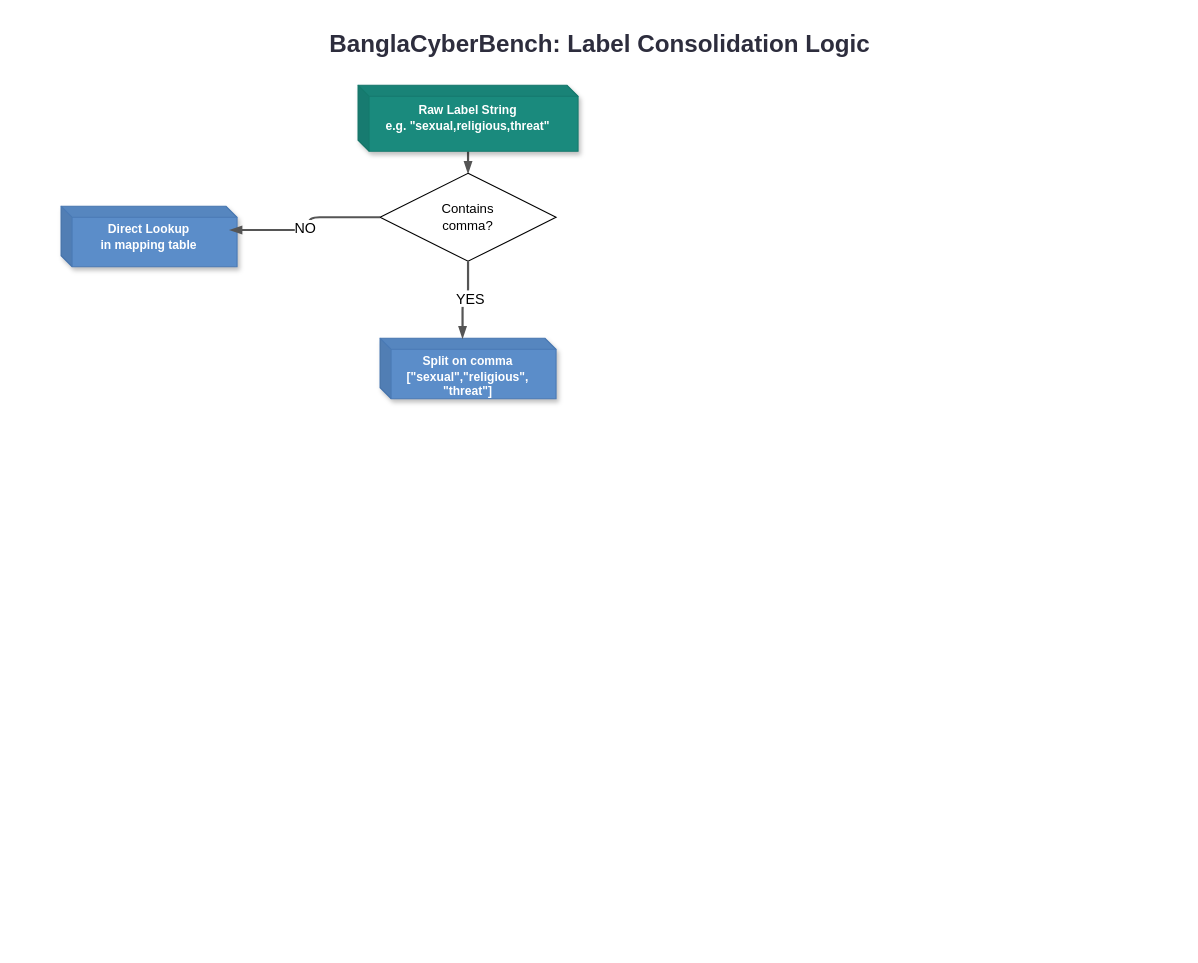
This is CyberD4.drawio from Sefayet-Alam/Research-Related, a draw.io file, before an edit. Source tidied: cells renumbered, new cells numbered last; positions are measured from the earlier drawing's top-left corner, leaving out a move shared by most shapes. Both pictures are drawn from the tidied source at 110%, with x=0, y=0 at pixel (61, 19).
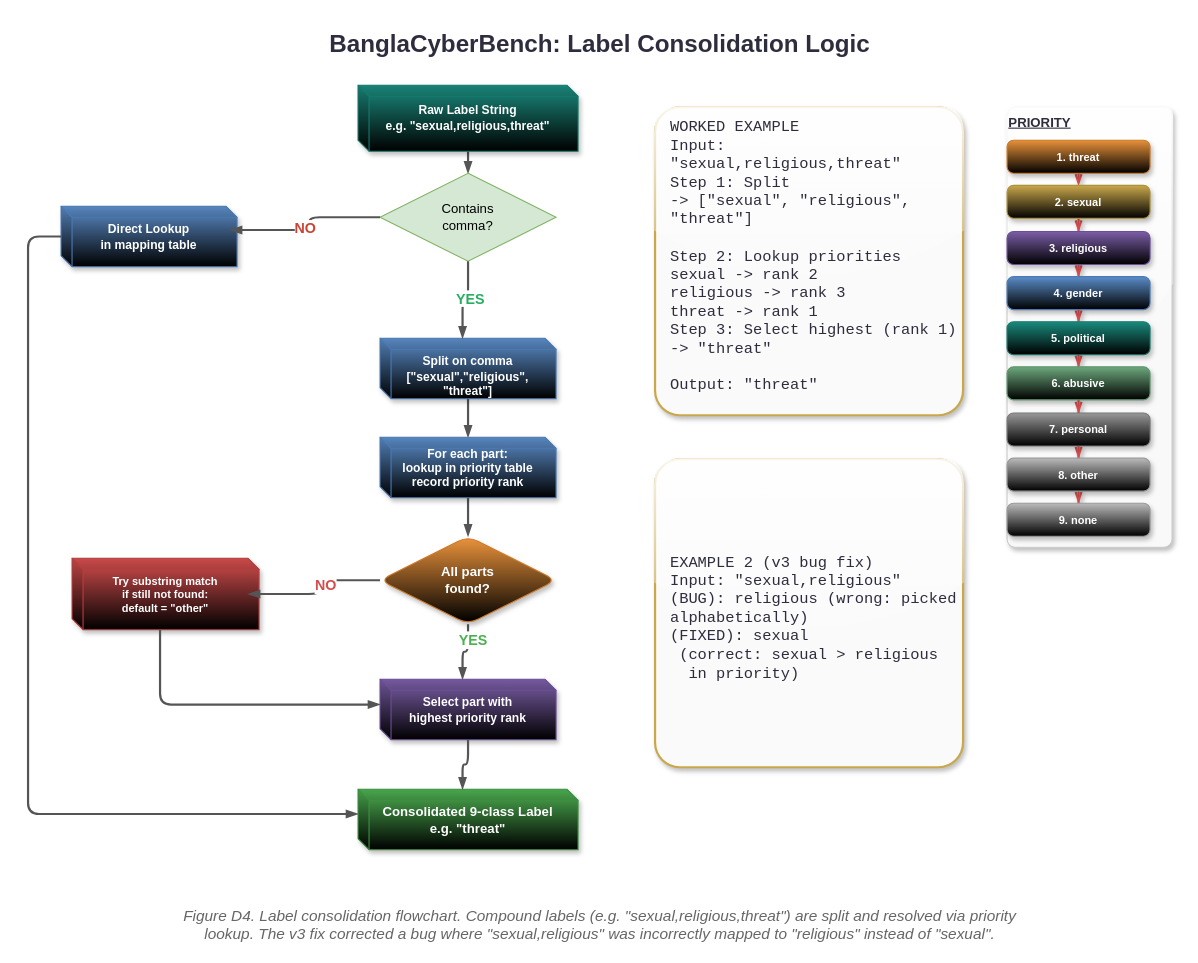
The same diagram, later.

Unchanged cells that the change refers to:
```xml
<mxCell id="7" style="edgeStyle=orthogonalEdgeStyle;rounded=1;jettySize=auto;html=1;entryX=0.96;entryY=0.393;entryDx=0;entryDy=0;entryPerimeter=0;strokeColor=#555555;strokeWidth=2;align=center;verticalAlign=middle;fontFamily=Helvetica;fontSize=11;fontColor=default;labelBackgroundColor=default;endArrow=blockThin;endFill=1;" parent="1" edge="1" source="5" target="6">
  <mxGeometry relative="1" as="geometry" />
</mxCell>
<mxCell id="10" style="edgeStyle=orthogonalEdgeStyle;rounded=1;jettySize=auto;html=1;entryX=0;entryY=0;entryDx=75;entryDy=0;entryPerimeter=0;strokeColor=#555555;strokeWidth=2;align=center;verticalAlign=middle;fontFamily=Helvetica;fontSize=11;fontColor=default;labelBackgroundColor=default;endArrow=blockThin;endFill=1;" parent="1" edge="1" source="5" target="9">
  <mxGeometry relative="1" as="geometry" />
</mxCell>
```

The edit, as a diff of the source:
```diff
@@
-<mxGraphModel>
+<mxGraphModel background="#ffffff">
@@
+    <mxCell id="12" style="rounded=1;whiteSpace=wrap;arcSize=5;fillColor=#F9F9F9;strokeColor=#CCCCCC;strokeWidth=1;glass=1;shadow=1;" parent="1" vertex="1">
+      <mxGeometry x="860" y="80" width="150" height="400" as="geometry" />
+    </mxCell>
+    <mxCell id="13" style="edgeStyle=orthogonalEdgeStyle;rounded=1;jettySize=auto;html=1;entryX=0;entryY=0;entryDx=75;entryDy=0;entryPerimeter=0;strokeColor=#555555;strokeWidth=2;align=center;verticalAlign=middle;fontFamily=Helvetica;fontSize=11;fontColor=default;labelBackgroundColor=default;endArrow=blockThin;endFill=1;" parent="1" edge="1" source="18" target="19">
+      <mxGeometry relative="1" as="geometry" />
+    </mxCell>
+    <mxCell id="14" value="YES" style="text;whiteSpace=wrap;fontSize=13;fontFamily=Arial;fontColor=#4CAF50;fontStyle=1;align=left;labelBackgroundColor=default;" parent="13" vertex="1">
+      <mxGeometry x="-0.21" relative="1" as="geometry">
+        <mxPoint x="-10" y="-22" as="offset" />
+      </mxGeometry>
+    </mxCell>
@@
-    <mxCell id="4" value="Raw Label String&#10;e.g. &quot;sexual,religious,threat&quot;" style="shape=cube;whiteSpace=wrap;size=10;darkOpacity=0.05;darkOpacity2=0.1;fillColor=#1A8A7D;strokeColor=#147A6D;fontColor=#FFFFFF;fontSize=11;fontStyle=1;fontFamily=Arial;shadow=1;" parent="1" vertex="1">
+    <mxCell id="4" value="Raw Label String&#10;e.g. &quot;sexual,religious,threat&quot;" style="shape=cube;whiteSpace=wrap;size=10;darkOpacity=0.05;darkOpacity2=0.1;fillColor=#1A8A7D;strokeColor=#147A6D;fontColor=#FFFFFF;fontSize=11;fontStyle=1;fontFamily=Arial;shadow=1;gradientColor=default;" parent="1" vertex="1">
       <mxGeometry x="270" y="60" width="200" height="60" as="geometry" />
     </mxCell>
-    <mxCell id="5" value="Contains &lt;br&gt;comma?" style="rhombus;whiteSpace=wrap;html=1;" parent="1" vertex="1">
+    <mxCell id="5" value="Contains &lt;br&gt;comma?" style="rhombus;whiteSpace=wrap;html=1;fillColor=#d5e8d4;strokeColor=#82b366;gradientColor=none;" parent="1" vertex="1">
       <mxGeometry x="290" y="140" width="160" height="80" as="geometry" />
     </mxCell>
-    <mxCell id="6" value="Direct Lookup&#10;in mapping table" style="shape=cube;whiteSpace=wrap;size=10;darkOpacity=0.05;darkOpacity2=0.1;fillColor=#5B8DC9;strokeColor=#4A7AB5;fontColor=#FFFFFF;fontSize=11;fontStyle=1;fontFamily=Arial;shadow=1;" parent="1" vertex="1">
+    <mxCell id="6" value="Direct Lookup&#10;in mapping table" style="shape=cube;whiteSpace=wrap;size=10;darkOpacity=0.05;darkOpacity2=0.1;fillColor=#5B8DC9;strokeColor=#4A7AB5;fontColor=#FFFFFF;fontSize=11;fontStyle=1;fontFamily=Arial;shadow=1;gradientColor=default;" parent="1" vertex="1">
       <mxGeometry y="170" width="160" height="55" as="geometry" />
     </mxCell>
@@
-    <mxCell id="8" value="&lt;font style=&quot;font-size: 13px;&quot;&gt;NO&lt;/font&gt;" style="edgeLabel;html=1;align=center;verticalAlign=middle;" parent="7" vertex="1">
+    <mxCell id="8" value="&lt;font style=&quot;font-size: 13px;&quot;&gt;&lt;b&gt;NO&lt;/b&gt;&lt;/font&gt;" style="edgeLabel;html=1;align=center;verticalAlign=middle;labelBorderColor=none;labelBackgroundColor=default;fontColor=#CB4335;" parent="7" vertex="1">
       <mxGeometry x="0.08" y="-2" relative="1" as="geometry" />
     </mxCell>
+    <mxCell id="15" style="edgeStyle=orthogonalEdgeStyle;rounded=1;jettySize=auto;html=1;strokeColor=#555555;strokeWidth=2;align=center;verticalAlign=middle;fontFamily=Helvetica;fontSize=11;fontColor=default;labelBackgroundColor=default;endArrow=blockThin;endFill=1;" parent="1" edge="1" source="9" target="17">
+      <mxGeometry relative="1" as="geometry" />
+    </mxCell>
-    <mxCell id="9" value="&#10;Split on comma&#10;[&quot;sexual&quot;,&quot;religious&quot;,&#10;&quot;threat&quot;]" style="shape=cube;whiteSpace=wrap;size=10;darkOpacity=0.05;darkOpacity2=0.1;fillColor=#5B8DC9;strokeColor=#4A7AB5;fontColor=#FFFFFF;fontSize=11;fontStyle=1;fontFamily=Arial;shadow=1;" parent="1" vertex="1">
+    <mxCell id="9" value="&#10;Split on comma&#10;[&quot;sexual&quot;,&quot;religious&quot;,&#10;&quot;threat&quot;]" style="shape=cube;whiteSpace=wrap;size=10;darkOpacity=0.05;darkOpacity2=0.1;fillColor=#5B8DC9;strokeColor=#4A7AB5;fontColor=#FFFFFF;fontSize=11;fontStyle=1;fontFamily=Arial;shadow=1;gradientColor=default;" parent="1" vertex="1">
       <mxGeometry x="290" y="290" width="160" height="55" as="geometry" />
     </mxCell>
@@
-    <mxCell id="11" value="&lt;font style=&quot;font-size: 13px;&quot;&gt;YES&lt;/font&gt;" style="edgeLabel;html=1;align=center;verticalAlign=middle;" parent="10" vertex="1">
+    <mxCell id="11" value="&lt;font style=&quot;font-size: 13px;&quot;&gt;&lt;b&gt;YES&lt;/b&gt;&lt;/font&gt;" style="edgeLabel;html=1;align=center;verticalAlign=middle;fontColor=#27AE60;" parent="10" vertex="1">
       <mxGeometry x="-0.13" y="1" relative="1" as="geometry" />
     </mxCell>
+    <mxCell id="16" style="edgeStyle=orthogonalEdgeStyle;rounded=1;jettySize=auto;html=1;entryX=0.5;entryY=0;entryDx=0;entryDy=0;strokeColor=#555555;strokeWidth=2;align=center;verticalAlign=middle;fontFamily=Helvetica;fontSize=11;fontColor=default;labelBackgroundColor=default;endArrow=blockThin;endFill=1;" parent="1" edge="1" source="17" target="18">
+      <mxGeometry relative="1" as="geometry" />
+    </mxCell>
+    <mxCell id="17" value="For each part:&#10;lookup in priority table&#10;record priority rank" style="shape=cube;whiteSpace=wrap;size=10;darkOpacity=0.05;darkOpacity2=0.1;fillColor=#5B8DC9;strokeColor=#4A7AB5;fontColor=#FFFFFF;fontSize=11;fontStyle=1;fontFamily=Arial;shadow=1;gradientColor=default;" parent="1" vertex="1">
+      <mxGeometry x="290" y="380" width="160" height="55" as="geometry" />
+    </mxCell>
+    <mxCell id="18" value="All parts&#10;found?" style="rhombus;whiteSpace=wrap;fillColor=#E8913A;strokeColor=#CC7A2A;fontColor=#FFFFFF;fontSize=12;fontStyle=1;fontFamily=Arial;shadow=1;rounded=1;gradientColor=default;" parent="1" vertex="1">
+      <mxGeometry x="290" y="470" width="160" height="80" as="geometry" />
+    </mxCell>
+    <mxCell id="19" value="Select part with&#10;highest priority rank" style="shape=cube;whiteSpace=wrap;size=10;darkOpacity=0.05;darkOpacity2=0.1;fillColor=#7B5EA7;strokeColor=#6B4E97;fontColor=#FFFFFF;fontSize=11;fontStyle=1;fontFamily=Arial;shadow=1;gradientColor=default;" parent="1" vertex="1">
+      <mxGeometry x="290" y="600" width="160" height="55" as="geometry" />
+    </mxCell>
+    <mxCell id="20" value="Try substring match&#10;if still not found:&#10;default = &quot;other&quot;" style="shape=cube;whiteSpace=wrap;size=10;darkOpacity=0.05;darkOpacity2=0.1;fillColor=#D44D4D;strokeColor=#B93D3D;fontColor=#FFFFFF;fontSize=10;fontStyle=1;fontFamily=Arial;shadow=1;gradientColor=default;" parent="1" vertex="1">
+      <mxGeometry x="10" y="490" width="170" height="65" as="geometry" />
+    </mxCell>
+    <mxCell id="21" style="edgeStyle=orthogonalEdgeStyle;rounded=1;jettySize=auto;html=1;entryX=0;entryY=0;entryDx=160;entryDy=32.5;entryPerimeter=0;strokeColor=#555555;strokeWidth=2;align=center;verticalAlign=middle;fontFamily=Helvetica;fontSize=11;fontColor=default;labelBackgroundColor=default;endArrow=blockThin;endFill=1;" parent="1" edge="1" source="18" target="20">
+      <mxGeometry relative="1" as="geometry" />
+    </mxCell>
+    <mxCell id="22" value="NO" style="text;whiteSpace=wrap;fontSize=13;fontFamily=Arial;fontColor=#D44D4D;fontStyle=1;align=center;labelBackgroundColor=default;" parent="21" vertex="1">
+      <mxGeometry x="-0.12" relative="1" as="geometry">
+        <mxPoint x="5" y="-13" as="offset" />
+      </mxGeometry>
+    </mxCell>
+    <mxCell id="23" style="edgeStyle=orthogonalEdgeStyle;rounded=1;strokeColor=#555555;strokeWidth=2;endArrow=blockThin;endFill=1;" parent="1" edge="1" source="20" target="19">
+      <mxGeometry relative="1" as="geometry">
+        <Array as="points">
+          <mxPoint x="90" y="623" />
+        </Array>
+      </mxGeometry>
+    </mxCell>
+    <mxCell id="24" value="Consolidated 9-class Label&#10;e.g. &quot;threat&quot;" style="shape=cube;whiteSpace=wrap;size=10;darkOpacity=0.05;darkOpacity2=0.1;fillColor=#4CAF50;strokeColor=#3D9140;fontColor=#FFFFFF;fontSize=12;fontStyle=1;fontFamily=Arial;shadow=1;gradientColor=default;" parent="1" vertex="1">
+      <mxGeometry x="270" y="700" width="200" height="55" as="geometry" />
+    </mxCell>
+    <mxCell id="25" style="edgeStyle=orthogonalEdgeStyle;rounded=1;jettySize=auto;html=1;entryX=0;entryY=0;entryDx=95;entryDy=0;entryPerimeter=0;strokeColor=#555555;strokeWidth=2;align=center;verticalAlign=middle;fontFamily=Helvetica;fontSize=11;fontColor=default;labelBackgroundColor=default;endArrow=blockThin;endFill=1;" parent="1" edge="1" source="19" target="24">
+      <mxGeometry relative="1" as="geometry" />
+    </mxCell>
+    <mxCell id="26" style="edgeStyle=orthogonalEdgeStyle;rounded=1;jettySize=auto;html=1;entryX=0;entryY=0;entryDx=0;entryDy=22.5;entryPerimeter=0;strokeColor=#555555;strokeWidth=2;align=center;verticalAlign=middle;fontFamily=Helvetica;fontSize=11;fontColor=default;labelBackgroundColor=default;endArrow=blockThin;endFill=1;" parent="1" edge="1" source="6" target="24">
+      <mxGeometry relative="1" as="geometry">
+        <Array as="points">
+          <mxPoint x="-30" y="197" />
+          <mxPoint x="-30" y="723" />
+        </Array>
+      </mxGeometry>
+    </mxCell>
+    <mxCell id="27" value="WORKED EXAMPLE&#10;Input: &quot;sexual,religious,threat&quot;&#10;Step 1: Split &#10;-&gt; [&quot;sexual&quot;, &quot;religious&quot;, &quot;threat&quot;]&#10;&#10;Step 2: Lookup priorities  sexual    -&gt; rank 2 &#10;religious -&gt; rank 3&#10;threat    -&gt; rank 1 &#10;Step 3: Select highest (rank 1)&#10;-&gt; &quot;threat&quot;&#10;&#10;Output: &quot;threat&quot;&#10;" style="rounded=1;whiteSpace=wrap;arcSize=8;fillColor=#FAFAFA;strokeColor=#C9A84C;strokeWidth=2;fontColor=#2D2D3D;fontSize=14;fontStyle=0;fontFamily=Consolas;align=left;spacingLeft=12;spacingTop=8;shadow=1;glass=1;" parent="1" vertex="1">
+      <mxGeometry x="540" y="80" width="280" height="280" as="geometry" />
+    </mxCell>
+    <mxCell id="28" value="EXAMPLE 2 (v3 bug fix)&#10;Input: &quot;sexual,religious&quot;&#10;(BUG): religious (wrong: picked alphabetically)&#10;(FIXED): sexual&#10; (correct: sexual &gt; religious&#10;  in priority)" style="rounded=1;whiteSpace=wrap;arcSize=8;fillColor=#FAFAFA;strokeColor=#C9A84C;strokeWidth=2;fontColor=#2D2D3D;fontSize=14;fontStyle=0;fontFamily=Consolas;align=left;spacingLeft=12;spacingTop=8;shadow=1;glass=1;" parent="1" vertex="1">
+      <mxGeometry x="540" y="400" width="280" height="280" as="geometry" />
+    </mxCell>
+    <mxCell id="29" value="PRIORITY" style="text;whiteSpace=wrap;fontSize=12;fontFamily=Arial;fontColor=#2D2D3D;fontStyle=5;align=center;shadow=1;" parent="1" vertex="1">
+      <mxGeometry x="860" y="80" width="60" height="30" as="geometry" />
+    </mxCell>
+    <mxCell id="30" style="edgeStyle=orthogonalEdgeStyle;rounded=1;strokeColor=#D44D4D;strokeWidth=2;dashed=1;dashPattern=6 3;endArrow=openThin;endFill=0;shadow=1;" parent="1" edge="1" source="31" target="33">
+      <mxGeometry relative="1" as="geometry" />
+    </mxCell>
+    <mxCell id="31" value="1. threat" style="rounded=1;whiteSpace=wrap;arcSize=20;fillColor=#E8913A;strokeColor=#CC7A2A;fontColor=#FFFFFF;fontSize=10;fontStyle=1;fontFamily=Arial;gradientColor=default;shadow=1;" parent="1" vertex="1">
+      <mxGeometry x="860" y="110" width="130" height="30" as="geometry" />
+    </mxCell>
+    <mxCell id="32" style="edgeStyle=orthogonalEdgeStyle;rounded=1;jettySize=auto;html=1;entryX=0.5;entryY=0;entryDx=0;entryDy=0;dashed=1;dashPattern=6 3;strokeColor=#D44D4D;strokeWidth=2;align=center;verticalAlign=middle;fontFamily=Helvetica;fontSize=11;fontColor=default;labelBackgroundColor=default;endArrow=openThin;endFill=0;shadow=1;" parent="1" edge="1" source="33" target="35">
+      <mxGeometry relative="1" as="geometry" />
+    </mxCell>
+    <mxCell id="33" value="2. sexual" style="rounded=1;whiteSpace=wrap;arcSize=20;fillColor=#C9A84C;strokeColor=#B0923A;fontColor=#FFFFFF;fontSize=10;fontStyle=1;fontFamily=Arial;gradientColor=default;shadow=1;" parent="1" vertex="1">
+      <mxGeometry x="860" y="151" width="130" height="30" as="geometry" />
+    </mxCell>
+    <mxCell id="34" style="edgeStyle=orthogonalEdgeStyle;rounded=1;jettySize=auto;html=1;entryX=0.5;entryY=0;entryDx=0;entryDy=0;dashed=1;dashPattern=6 3;strokeColor=#D44D4D;strokeWidth=2;align=center;verticalAlign=middle;fontFamily=Helvetica;fontSize=11;fontColor=default;labelBackgroundColor=default;endArrow=openThin;endFill=0;shadow=1;" parent="1" edge="1" source="35" target="37">
+      <mxGeometry relative="1" as="geometry" />
+    </mxCell>
+    <mxCell id="35" value="3. religious" style="rounded=1;whiteSpace=wrap;arcSize=20;fillColor=#7B5EA7;strokeColor=#6B4E97;fontColor=#FFFFFF;fontSize=10;fontStyle=1;fontFamily=Arial;gradientColor=default;shadow=1;" parent="1" vertex="1">
+      <mxGeometry x="860" y="193" width="130" height="30" as="geometry" />
+    </mxCell>
+    <mxCell id="36" style="edgeStyle=orthogonalEdgeStyle;rounded=1;jettySize=auto;html=1;entryX=0.5;entryY=0;entryDx=0;entryDy=0;dashed=1;dashPattern=6 3;strokeColor=#D44D4D;strokeWidth=2;align=center;verticalAlign=middle;fontFamily=Helvetica;fontSize=11;fontColor=default;labelBackgroundColor=default;endArrow=openThin;endFill=0;shadow=1;" parent="1" edge="1" source="37" target="39">
+      <mxGeometry relative="1" as="geometry" />
+    </mxCell>
+    <mxCell id="37" value="4. gender" style="rounded=1;whiteSpace=wrap;arcSize=20;fillColor=#5B8DC9;strokeColor=#4A7AB5;fontColor=#FFFFFF;fontSize=10;fontStyle=1;fontFamily=Arial;gradientColor=default;shadow=1;" parent="1" vertex="1">
+      <mxGeometry x="860" y="234" width="130" height="30" as="geometry" />
+    </mxCell>
+    <mxCell id="38" style="edgeStyle=orthogonalEdgeStyle;rounded=1;jettySize=auto;html=1;entryX=0.5;entryY=0;entryDx=0;entryDy=0;dashed=1;dashPattern=6 3;strokeColor=#D44D4D;strokeWidth=2;align=center;verticalAlign=middle;fontFamily=Helvetica;fontSize=11;fontColor=default;labelBackgroundColor=default;endArrow=openThin;endFill=0;shadow=1;" parent="1" edge="1" source="39" target="41">
+      <mxGeometry relative="1" as="geometry" />
+    </mxCell>
+    <mxCell id="39" value="5. political" style="rounded=1;whiteSpace=wrap;arcSize=20;fillColor=#1A8A7D;strokeColor=#147A6D;fontColor=#FFFFFF;fontSize=10;fontStyle=1;fontFamily=Arial;gradientColor=default;shadow=1;" parent="1" vertex="1">
+      <mxGeometry x="860" y="275" width="130" height="30" as="geometry" />
+    </mxCell>
+    <mxCell id="40" style="edgeStyle=orthogonalEdgeStyle;rounded=1;jettySize=auto;html=1;entryX=0.5;entryY=0;entryDx=0;entryDy=0;dashed=1;dashPattern=6 3;strokeColor=#D44D4D;strokeWidth=2;align=center;verticalAlign=middle;fontFamily=Helvetica;fontSize=11;fontColor=default;labelBackgroundColor=default;endArrow=openThin;endFill=0;shadow=1;" parent="1" edge="1" source="41" target="43">
+      <mxGeometry relative="1" as="geometry" />
+    </mxCell>
+    <mxCell id="41" value="6. abusive" style="rounded=1;whiteSpace=wrap;arcSize=20;fillColor=#6DA87D;strokeColor=#5D9870;fontColor=#FFFFFF;fontSize=10;fontStyle=1;fontFamily=Arial;gradientColor=default;shadow=1;" parent="1" vertex="1">
+      <mxGeometry x="860" y="316" width="130" height="30" as="geometry" />
+    </mxCell>
+    <mxCell id="42" style="edgeStyle=orthogonalEdgeStyle;rounded=1;jettySize=auto;html=1;entryX=0.5;entryY=0;entryDx=0;entryDy=0;dashed=1;dashPattern=6 3;strokeColor=#D44D4D;strokeWidth=2;align=center;verticalAlign=middle;fontFamily=Helvetica;fontSize=11;fontColor=default;labelBackgroundColor=default;endArrow=openThin;endFill=0;shadow=1;" parent="1" edge="1" source="43" target="45">
+      <mxGeometry relative="1" as="geometry" />
+    </mxCell>
+    <mxCell id="43" value="7. personal" style="rounded=1;whiteSpace=wrap;arcSize=20;fillColor=#999999;strokeColor=#777777;fontColor=#FFFFFF;fontSize=10;fontStyle=1;fontFamily=Arial;gradientColor=default;shadow=1;" parent="1" vertex="1">
+      <mxGeometry x="860" y="358" width="130" height="30" as="geometry" />
+    </mxCell>
+    <mxCell id="44" style="edgeStyle=orthogonalEdgeStyle;rounded=1;jettySize=auto;html=1;entryX=0.5;entryY=0;entryDx=0;entryDy=0;dashed=1;dashPattern=6 3;strokeColor=#D44D4D;strokeWidth=2;align=center;verticalAlign=middle;fontFamily=Helvetica;fontSize=11;fontColor=default;labelBackgroundColor=default;endArrow=openThin;endFill=0;shadow=1;" parent="1" edge="1" source="45" target="46">
+      <mxGeometry relative="1" as="geometry" />
+    </mxCell>
+    <mxCell id="45" value="8. other" style="rounded=1;whiteSpace=wrap;arcSize=20;fillColor=#BBBBBB;strokeColor=#999999;fontColor=#FFFFFF;fontSize=10;fontStyle=1;fontFamily=Arial;gradientColor=default;shadow=1;" parent="1" vertex="1">
+      <mxGeometry x="860" y="399" width="130" height="30" as="geometry" />
+    </mxCell>
+    <mxCell id="46" value="9. none" style="rounded=1;whiteSpace=wrap;arcSize=20;fillColor=#BBBBBB;strokeColor=#999999;fontColor=#FFFFFF;fontSize=10;fontStyle=1;fontFamily=Arial;gradientColor=default;shadow=1;" parent="1" vertex="1">
+      <mxGeometry x="860" y="440" width="130" height="30" as="geometry" />
+    </mxCell>
+    <mxCell id="47" value="Figure D4. Label consolidation flowchart. Compound labels (e.g. &quot;sexual,religious,threat&quot;) are split and resolved via priority lookup. The v3 fix corrected a bug where &quot;sexual,religious&quot; was incorrectly mapped to &quot;religious&quot; instead of &quot;sexual&quot;." style="text;whiteSpace=wrap;fontSize=14;fontFamily=Arial;fontColor=#666666;fontStyle=2;align=center;" parent="1" vertex="1">
+      <mxGeometry x="90" y="800" width="800" height="40" as="geometry" />
+    </mxCell>
```
